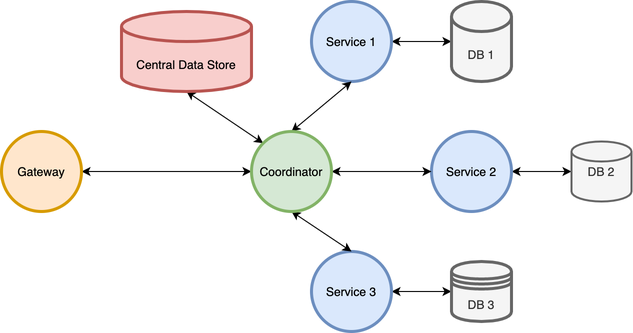
Earlier version of the draw.io export img/diagram-architecture.drawio.png (ccchrunik/hierasaga). Source tidied: cells renumbered, new cells last; positions are measured from the earlier drawing's top-left corner, leaving out a move shared by most shapes.
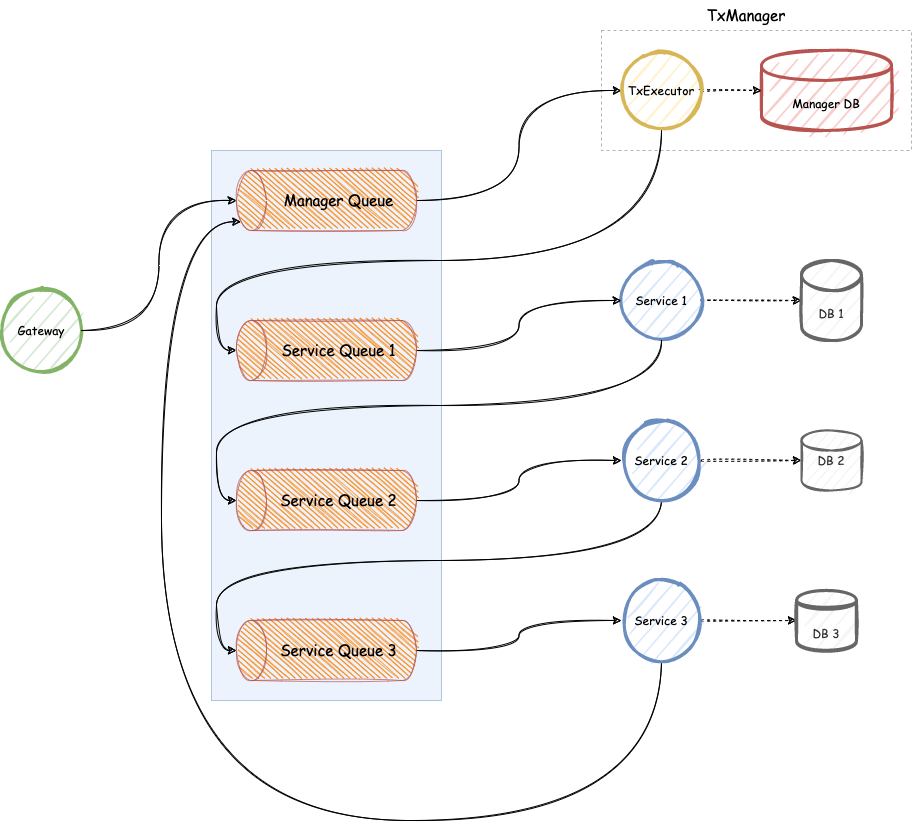
Later version of the same file.

Diff of the diagram source:
```diff
@@ -2,56 +2,104 @@
   <root>
     <mxCell id="0" />
     <mxCell id="1" parent="0" />
-    <mxCell id="2" style="edgeStyle=none;rounded=0;jettySize=auto;html=1;exitX=1;exitY=0.5;exitDx=0;exitDy=0;entryX=0;entryY=0.5;entryDx=0;entryDy=0;startArrow=classic;startFill=1;" parent="1" edge="1" source="3" target="14">
-      <mxGeometry relative="1" as="geometry" />
-    </mxCell>
+    <mxCell id="19" style="rounded=0;whiteSpace=wrap;html=1;sketch=0;fontSize=15;opacity=50;fillColor=none;dashed=1;strokeColor=#666666;" parent="1" vertex="1">
+      <mxGeometry x="440" y="270" width="310" height="120" as="geometry" />
+    </mxCell>
-    <mxCell id="3" value="Gateway" style="ellipse;whiteSpace=wrap;html=1;strokeWidth=3;fillColor=#ffe6cc;strokeColor=#d79b00;" parent="1" vertex="1">
-      <mxGeometry y="130" width="80" height="80" as="geometry" />
+    <mxCell id="3" value="&lt;font face=&quot;Comic Sans MS&quot;&gt;Gateway&lt;/font&gt;" style="ellipse;whiteSpace=wrap;html=1;strokeWidth=3;fillColor=#d5e8d4;strokeColor=#82b366;sketch=1;" parent="1" vertex="1">
+      <mxGeometry x="-160" y="530" width="80" height="80" as="geometry" />
     </mxCell>
-    <mxCell id="4" style="edgeStyle=none;rounded=0;jettySize=auto;html=1;exitX=1;exitY=0.5;exitDx=0;exitDy=0;entryX=0;entryY=0.5;entryDx=0;entryDy=0;entryPerimeter=0;startArrow=classic;startFill=1;" parent="1" edge="1" source="5" target="15">
-      <mxGeometry relative="1" as="geometry" />
-    </mxCell>
-    <mxCell id="5" value="Service 1" style="ellipse;whiteSpace=wrap;html=1;strokeWidth=3;fillColor=#dae8fc;strokeColor=#6c8ebf;" parent="1" vertex="1">
-      <mxGeometry x="310" width="80" height="80" as="geometry" />
-    </mxCell>
+    <mxCell id="20" style="edgeStyle=orthogonalEdgeStyle;curved=1;rounded=0;jettySize=auto;html=1;exitX=1;exitY=0.5;exitDx=0;exitDy=0;entryX=0;entryY=0.5;entryDx=0;entryDy=0;entryPerimeter=0;fontSize=15;dashed=1;sketch=1;" parent="1" edge="1" source="9" target="15">
+      <mxGeometry relative="1" as="geometry" />
+    </mxCell>
+    <mxCell id="9" value="&lt;font face=&quot;Comic Sans MS&quot;&gt;Service 1&lt;/font&gt;" style="ellipse;whiteSpace=wrap;html=1;strokeWidth=3;fillColor=#dae8fc;strokeColor=#6c8ebf;sketch=1;" parent="1" vertex="1">
+      <mxGeometry x="460" y="500" width="80" height="80" as="geometry" />
+    </mxCell>
+    <mxCell id="15" value="&lt;font face=&quot;Comic Sans MS&quot;&gt;DB 1&lt;/font&gt;" style="shape=cylinder3;whiteSpace=wrap;html=1;boundedLbl=1;backgroundOutline=1;size=15;strokeWidth=3;fillColor=#f5f5f5;strokeColor=#666666;fontColor=#333333;sketch=1;" parent="1" vertex="1">
+      <mxGeometry x="640" y="500" width="60" height="80" as="geometry" />
+    </mxCell>
+    <mxCell id="18" value="&lt;font face=&quot;Comic Sans MS&quot;&gt;Manager DB&lt;/font&gt;" style="shape=cylinder3;whiteSpace=wrap;html=1;boundedLbl=1;backgroundOutline=1;size=15;strokeWidth=3;fillColor=#f8cecc;strokeColor=#b85450;sketch=1;" parent="1" vertex="1">
+      <mxGeometry x="600" y="290" width="130" height="80" as="geometry" />
+    </mxCell>
+    <mxCell id="21" style="rounded=0;whiteSpace=wrap;html=1;fillColor=#dae8fc;strokeColor=#6c8ebf;sketch=0;opacity=50;" parent="1" vertex="1">
+      <mxGeometry x="50" y="390" width="230" height="550" as="geometry" />
+    </mxCell>
+    <mxCell id="22" style="edgeStyle=orthogonalEdgeStyle;curved=1;rounded=0;jettySize=auto;html=1;exitX=0.5;exitY=1;exitDx=0;exitDy=0;exitPerimeter=0;entryX=0;entryY=0.5;entryDx=0;entryDy=0;fontSize=15;sketch=1;" parent="1" edge="1" source="23" target="33">
+      <mxGeometry relative="1" as="geometry" />
+    </mxCell>
+    <mxCell id="23" value="&lt;font face=&quot;Comic Sans MS&quot;&gt;Manager Queue&lt;/font&gt;" style="shape=cylinder3;whiteSpace=wrap;html=1;boundedLbl=1;backgroundOutline=1;size=15;fillColor=#FF8000;opacity=70;direction=north;sketch=1;strokeColor=#b85450;fontSize=15;" parent="1" vertex="1">
+      <mxGeometry x="75" y="410" width="180" height="60" as="geometry" />
+    </mxCell>
+    <mxCell id="24" style="edgeStyle=orthogonalEdgeStyle;curved=1;rounded=0;jettySize=auto;html=1;exitX=0.5;exitY=1;exitDx=0;exitDy=0;exitPerimeter=0;entryX=0;entryY=0.5;entryDx=0;entryDy=0;fontSize=15;sketch=1;" parent="1" edge="1" source="25" target="9">
+      <mxGeometry relative="1" as="geometry" />
+    </mxCell>
+    <mxCell id="25" value="&lt;font face=&quot;Comic Sans MS&quot;&gt;Service Queue 1&lt;/font&gt;" style="shape=cylinder3;whiteSpace=wrap;html=1;boundedLbl=1;backgroundOutline=1;size=15;fillColor=#FF8000;opacity=70;direction=north;sketch=1;strokeColor=#b85450;fontSize=15;" parent="1" vertex="1">
+      <mxGeometry x="75" y="560" width="180" height="60" as="geometry" />
+    </mxCell>
+    <mxCell id="26" style="edgeStyle=orthogonalEdgeStyle;curved=1;rounded=0;jettySize=auto;html=1;exitX=0.5;exitY=1;exitDx=0;exitDy=0;exitPerimeter=0;entryX=0;entryY=0.5;entryDx=0;entryDy=0;fontSize=15;sketch=1;" parent="1" edge="1" source="27" target="7">
+      <mxGeometry relative="1" as="geometry" />
+    </mxCell>
+    <mxCell id="27" value="&lt;font face=&quot;Comic Sans MS&quot;&gt;Service Queue 2&lt;/font&gt;" style="shape=cylinder3;whiteSpace=wrap;html=1;boundedLbl=1;backgroundOutline=1;size=15;fillColor=#FF8000;opacity=70;direction=north;sketch=1;strokeColor=#b85450;fontSize=15;" parent="1" vertex="1">
+      <mxGeometry x="75" y="710" width="180" height="60" as="geometry" />
+    </mxCell>
+    <mxCell id="28" style="edgeStyle=orthogonalEdgeStyle;curved=1;rounded=0;jettySize=auto;html=1;exitX=0.5;exitY=1;exitDx=0;exitDy=0;exitPerimeter=0;entryX=0;entryY=0.5;entryDx=0;entryDy=0;fontSize=15;sketch=1;" parent="1" edge="1" source="29" target="39">
+      <mxGeometry relative="1" as="geometry" />
+    </mxCell>
+    <mxCell id="29" value="&lt;font face=&quot;Comic Sans MS&quot;&gt;Service Queue 3&lt;/font&gt;" style="shape=cylinder3;whiteSpace=wrap;html=1;boundedLbl=1;backgroundOutline=1;size=15;fillColor=#FF8000;opacity=70;direction=north;sketch=1;strokeColor=#b85450;fontSize=15;" parent="1" vertex="1">
+      <mxGeometry x="75" y="860" width="180" height="60" as="geometry" />
+    </mxCell>
+    <mxCell id="30" style="edgeStyle=orthogonalEdgeStyle;rounded=0;jettySize=auto;html=1;exitX=1;exitY=0.5;exitDx=0;exitDy=0;entryX=0.5;entryY=0;entryDx=0;entryDy=0;entryPerimeter=0;fontSize=15;curved=1;sketch=1;" parent="1" edge="1" source="3" target="23">
+      <mxGeometry relative="1" as="geometry" />
+    </mxCell>
+    <mxCell id="31" style="edgeStyle=orthogonalEdgeStyle;curved=1;rounded=0;jettySize=auto;html=1;exitX=1;exitY=0.5;exitDx=0;exitDy=0;entryX=0;entryY=0.5;entryDx=0;entryDy=0;entryPerimeter=0;fontSize=15;dashed=1;sketch=1;" parent="1" edge="1" source="33" target="18">
+      <mxGeometry relative="1" as="geometry" />
+    </mxCell>
+    <mxCell id="32" style="edgeStyle=orthogonalEdgeStyle;curved=1;rounded=0;jettySize=auto;html=1;exitX=0.5;exitY=1;exitDx=0;exitDy=0;entryX=0.5;entryY=0;entryDx=0;entryDy=0;entryPerimeter=0;fontSize=15;sketch=1;" parent="1" edge="1" source="33" target="25">
+      <mxGeometry relative="1" as="geometry">
+        <Array as="points">
+          <mxPoint x="500" y="500" />
+          <mxPoint x="55" y="500" />
+          <mxPoint x="55" y="590" />
+        </Array>
+      </mxGeometry>
+    </mxCell>
+    <mxCell id="33" value="&lt;font face=&quot;Comic Sans MS&quot;&gt;TxExecutor&lt;/font&gt;" style="ellipse;whiteSpace=wrap;html=1;strokeWidth=3;fillColor=#fff2cc;strokeColor=#d6b656;sketch=1;" parent="1" vertex="1">
+      <mxGeometry x="460" y="290" width="80" height="80" as="geometry" />
+    </mxCell>
+    <mxCell id="34" value="&lt;font face=&quot;Comic Sans MS&quot;&gt;TxManager&lt;/font&gt;" style="text;html=1;strokeColor=none;fillColor=none;align=center;verticalAlign=middle;whiteSpace=wrap;rounded=0;dashed=1;sketch=0;fontSize=15;opacity=50;" parent="1" vertex="1">
+      <mxGeometry x="530" y="240" width="110" height="30" as="geometry" />
+    </mxCell>
+    <mxCell id="35" style="edgeStyle=orthogonalEdgeStyle;curved=1;rounded=0;jettySize=auto;html=1;exitX=0.5;exitY=1;exitDx=0;exitDy=0;entryX=0.5;entryY=0;entryDx=0;entryDy=0;entryPerimeter=0;fontSize=15;sketch=1;" parent="1" edge="1" source="7" target="29">
+      <mxGeometry relative="1" as="geometry" />
+    </mxCell>
-    <mxCell id="6" style="edgeStyle=none;rounded=0;jettySize=auto;html=1;exitX=1;exitY=0.5;exitDx=0;exitDy=0;entryX=0;entryY=0.5;entryDx=0;entryDy=0;entryPerimeter=0;startArrow=classic;startFill=1;" parent="1" edge="1" source="7" target="16">
+    <mxCell id="6" style="edgeStyle=orthogonalEdgeStyle;curved=1;rounded=0;jettySize=auto;html=1;exitX=1;exitY=0.5;exitDx=0;exitDy=0;entryX=0;entryY=0.5;entryDx=0;entryDy=0;entryPerimeter=0;fontSize=15;dashed=1;sketch=1;" parent="1" edge="1" source="7" target="16">
       <mxGeometry relative="1" as="geometry" />
     </mxCell>
-    <mxCell id="7" value="Service 2" style="ellipse;whiteSpace=wrap;html=1;strokeWidth=3;fillColor=#dae8fc;strokeColor=#6c8ebf;" parent="1" vertex="1">
-      <mxGeometry x="430" y="130" width="80" height="80" as="geometry" />
+    <mxCell id="7" value="&lt;font face=&quot;Comic Sans MS&quot;&gt;Service 2&lt;/font&gt;" style="ellipse;whiteSpace=wrap;html=1;strokeWidth=3;fillColor=#dae8fc;strokeColor=#6c8ebf;sketch=1;" parent="1" vertex="1">
+      <mxGeometry x="460" y="660" width="80" height="80" as="geometry" />
     </mxCell>
-    <mxCell id="8" style="edgeStyle=none;rounded=0;jettySize=auto;html=1;exitX=1;exitY=0.5;exitDx=0;exitDy=0;entryX=0;entryY=0.5;entryDx=0;entryDy=0;startArrow=classic;startFill=1;" parent="1" edge="1" source="9" target="17">
-      <mxGeometry relative="1" as="geometry" />
-    </mxCell>
-    <mxCell id="9" value="Service 3" style="ellipse;whiteSpace=wrap;html=1;strokeWidth=3;fillColor=#dae8fc;strokeColor=#6c8ebf;" parent="1" vertex="1">
-      <mxGeometry x="310" y="250" width="80" height="80" as="geometry" />
-    </mxCell>
-    <mxCell id="10" style="rounded=0;jettySize=auto;html=1;exitX=0.5;exitY=0;exitDx=0;exitDy=0;entryX=0.5;entryY=1;entryDx=0;entryDy=0;startArrow=classic;startFill=1;" parent="1" edge="1" source="14" target="5">
-      <mxGeometry relative="1" as="geometry" />
-    </mxCell>
-    <mxCell id="11" style="edgeStyle=none;rounded=0;jettySize=auto;html=1;exitX=1;exitY=0.5;exitDx=0;exitDy=0;entryX=0;entryY=0.5;entryDx=0;entryDy=0;startArrow=classic;startFill=1;" parent="1" edge="1" source="14" target="7">
-      <mxGeometry relative="1" as="geometry" />
-    </mxCell>
-    <mxCell id="12" style="edgeStyle=none;rounded=0;jettySize=auto;html=1;exitX=0.5;exitY=1;exitDx=0;exitDy=0;entryX=0.5;entryY=0;entryDx=0;entryDy=0;startArrow=classic;startFill=1;" parent="1" edge="1" source="14" target="9">
-      <mxGeometry relative="1" as="geometry" />
-    </mxCell>
-    <mxCell id="13" style="edgeStyle=none;rounded=0;jettySize=auto;html=1;exitX=0;exitY=0;exitDx=0;exitDy=0;entryX=0.5;entryY=1;entryDx=0;entryDy=0;entryPerimeter=0;startArrow=classic;startFill=1;" parent="1" edge="1" source="14" target="18">
-      <mxGeometry relative="1" as="geometry" />
-    </mxCell>
-    <mxCell id="14" value="Coordinator" style="ellipse;whiteSpace=wrap;html=1;strokeWidth=3;fillColor=#d5e8d4;strokeColor=#82b366;" parent="1" vertex="1">
-      <mxGeometry x="250" y="130" width="80" height="80" as="geometry" />
-    </mxCell>
-    <mxCell id="15" value="DB 1" style="shape=cylinder3;whiteSpace=wrap;html=1;boundedLbl=1;backgroundOutline=1;size=15;strokeWidth=3;fillColor=#f5f5f5;strokeColor=#666666;fontColor=#333333;" parent="1" vertex="1">
-      <mxGeometry x="450" width="60" height="80" as="geometry" />
-    </mxCell>
+    <mxCell id="36" style="edgeStyle=orthogonalEdgeStyle;curved=1;rounded=0;jettySize=auto;html=1;exitX=0.5;exitY=1;exitDx=0;exitDy=0;entryX=0.5;entryY=0;entryDx=0;entryDy=0;entryPerimeter=0;fontSize=15;sketch=1;" parent="1" edge="1" source="9" target="27">
+      <mxGeometry relative="1" as="geometry" />
+    </mxCell>
-    <mxCell id="16" value="DB 2" style="strokeWidth=2;html=1;shape=mxgraph.flowchart.database;whiteSpace=wrap;fillColor=#f5f5f5;strokeColor=#666666;fontColor=#333333;" parent="1" vertex="1">
-      <mxGeometry x="570" y="140" width="60" height="60" as="geometry" />
+    <mxCell id="16" value="&lt;font face=&quot;Comic Sans MS&quot;&gt;DB 2&lt;/font&gt;" style="strokeWidth=2;html=1;shape=mxgraph.flowchart.database;whiteSpace=wrap;fillColor=#f5f5f5;strokeColor=#666666;fontColor=#333333;sketch=1;" parent="1" vertex="1">
+      <mxGeometry x="640" y="670" width="60" height="60" as="geometry" />
     </mxCell>
+    <mxCell id="37" style="edgeStyle=orthogonalEdgeStyle;curved=1;rounded=0;jettySize=auto;html=1;exitX=1;exitY=0.5;exitDx=0;exitDy=0;entryX=0;entryY=0.5;entryDx=0;entryDy=0;fontSize=15;dashed=1;sketch=1;" parent="1" edge="1" source="39" target="17">
+      <mxGeometry relative="1" as="geometry" />
+    </mxCell>
+    <mxCell id="38" style="edgeStyle=orthogonalEdgeStyle;curved=1;rounded=0;jettySize=auto;html=1;exitX=0.5;exitY=1;exitDx=0;exitDy=0;entryX=0.145;entryY=0;entryDx=0;entryDy=4.35;entryPerimeter=0;fontSize=15;sketch=1;" parent="1" edge="1" source="39" target="23">
+      <mxGeometry relative="1" as="geometry">
+        <Array as="points">
+          <mxPoint x="500" y="1060" />
+          <mxPoint y="1060" />
+          <mxPoint y="461" />
+        </Array>
+      </mxGeometry>
+    </mxCell>
+    <mxCell id="39" value="&lt;font face=&quot;Comic Sans MS&quot;&gt;Service 3&lt;/font&gt;" style="ellipse;whiteSpace=wrap;html=1;strokeWidth=3;fillColor=#dae8fc;strokeColor=#6c8ebf;sketch=1;" parent="1" vertex="1">
+      <mxGeometry x="460" y="820" width="80" height="80" as="geometry" />
+    </mxCell>
-    <mxCell id="17" value="DB 3" style="shape=datastore;whiteSpace=wrap;html=1;strokeWidth=3;fillColor=#f5f5f5;strokeColor=#666666;fontColor=#333333;" parent="1" vertex="1">
-      <mxGeometry x="450" y="260" width="60" height="60" as="geometry" />
+    <mxCell id="17" value="&lt;font face=&quot;Comic Sans MS&quot;&gt;DB 3&lt;/font&gt;" style="shape=datastore;whiteSpace=wrap;html=1;strokeWidth=3;fillColor=#f5f5f5;strokeColor=#666666;fontColor=#333333;sketch=1;" parent="1" vertex="1">
+      <mxGeometry x="635" y="830" width="60" height="60" as="geometry" />
     </mxCell>
-    <mxCell id="18" value="Central Data Store" style="shape=cylinder3;whiteSpace=wrap;html=1;boundedLbl=1;backgroundOutline=1;size=15;strokeWidth=3;fillColor=#f8cecc;strokeColor=#b85450;" parent="1" vertex="1">
-      <mxGeometry x="120" y="10" width="130" height="80" as="geometry" />
-    </mxCell>
   </root>
 </mxGraphModel>
```
